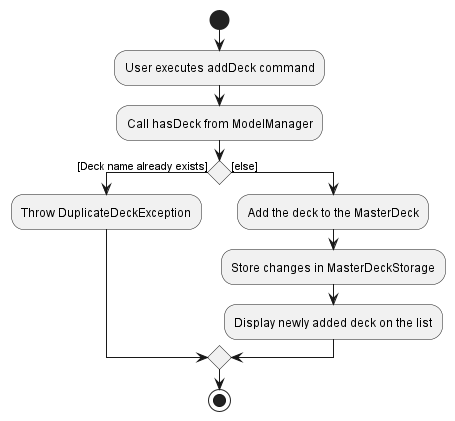
Above: docs/images/AddDeckActivityDiagram.png in nus-cs2103-AY2223S2/tp (PlantUML), before the change.
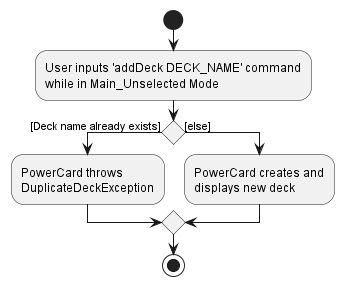
After the change.

What changed in the source:
```diff
@@ -1,16 +1,16 @@
 @startuml
 
 start
-:User executes addDeck command;
+:User inputs 'addDeck DECK_NAME' command
+while in Main_Unselected Mode;
 
-:Call hasDeck from ModelManager;
 
 if () then ([Deck name already exists])
-    :Throw DuplicateDeckException;
+    :PowerCard throws
+    DuplicateDeckException;
 else ([else])
-    :Add the deck to the MasterDeck;
-    :Store changes in MasterDeckStorage;
-    :Display newly added deck on the list;
+    :PowerCard creates and
+    displays new deck;
 
 endif
 
```
